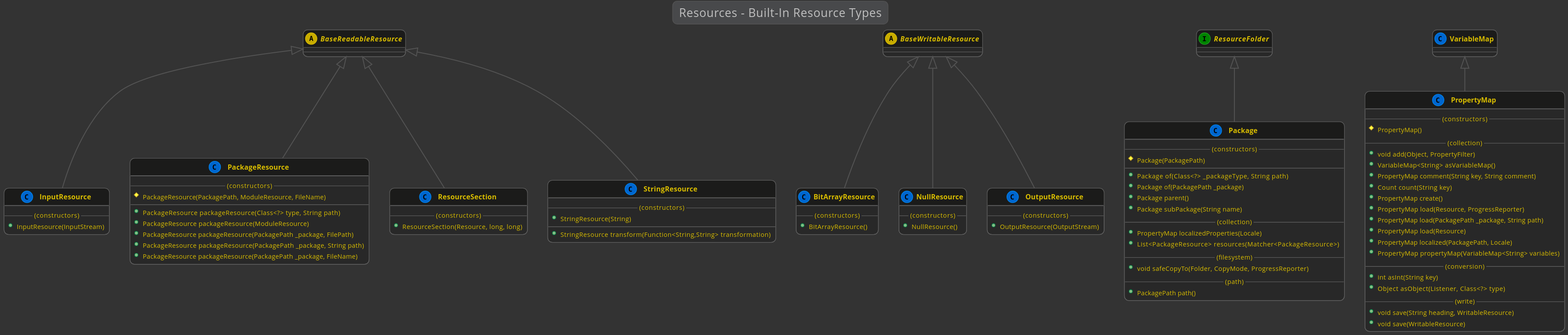
This is kivakit-core/resource/documentation/diagrams/diagram-resource-type.svg from Telenav/kivakit, a PlantUML export, as it was before one commit.
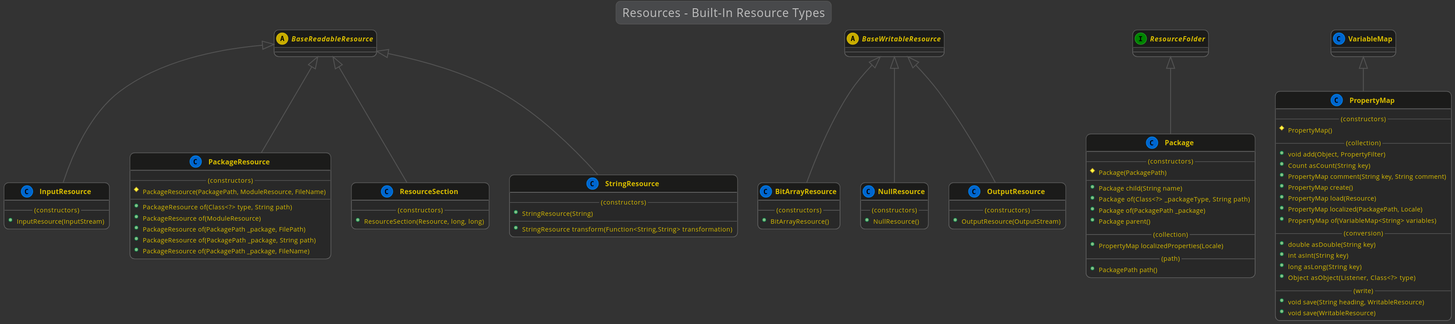
The same diagram one commit later.

The edit, as a diff of the source:
```diff
@@ -43,15 +43,12 @@
         --(constructors)--
         #Package(PackagePath)
         --
+        +Package child(String name)
         +Package of(Class<?> _packageType, String path)
         +Package of(PackagePath _package)
         +Package parent()
-        +Package subPackage(String name)
         --(collection)--
         +PropertyMap localizedProperties(Locale)
-        +List<PackageResource> resources(Matcher<PackageResource>)
-        --(filesystem)--
-        +void safeCopyTo(Folder, CopyMode, ProgressReporter)
         --(path)--
         +PackagePath path()
     }
@@ -62,11 +59,11 @@
         --(constructors)--
         #PackageResource(PackagePath, ModuleResource, FileName)
         --
-        +PackageResource packageResource(Class<?> type, String path)
-        +PackageResource packageResource(ModuleResource)
-        +PackageResource packageResource(PackagePath _package, FilePath)
-        +PackageResource packageResource(PackagePath _package, String path)
-        +PackageResource packageResource(PackagePath _package, FileName)
+        +PackageResource of(Class<?> type, String path)
+        +PackageResource of(ModuleResource)
+        +PackageResource of(PackagePath _package, FilePath)
+        +PackageResource of(PackagePath _package, String path)
+        +PackageResource of(PackagePath _package, FileName)
     }
 
     VariableMap <|-- PropertyMap
@@ -76,17 +73,16 @@
         #PropertyMap()
         --(collection)--
         +void add(Object, PropertyFilter)
-        +VariableMap<String> asVariableMap()
+        +Count asCount(String key)
         +PropertyMap comment(String key, String comment)
-        +Count count(String key)
         +PropertyMap create()
-        +PropertyMap load(Resource, ProgressReporter)
-        +PropertyMap load(PackagePath _package, String path)
         +PropertyMap load(Resource)
         +PropertyMap localized(PackagePath, Locale)
-        +PropertyMap propertyMap(VariableMap<String> variables)
+        +PropertyMap of(VariableMap<String> variables)
         --(conversion)--
+        +double asDouble(String key)
         +int asInt(String key)
+        +long asLong(String key)
         +Object asObject(Listener, Class<?> type)
         --(write)--
         +void save(String heading, WritableResource)
```
